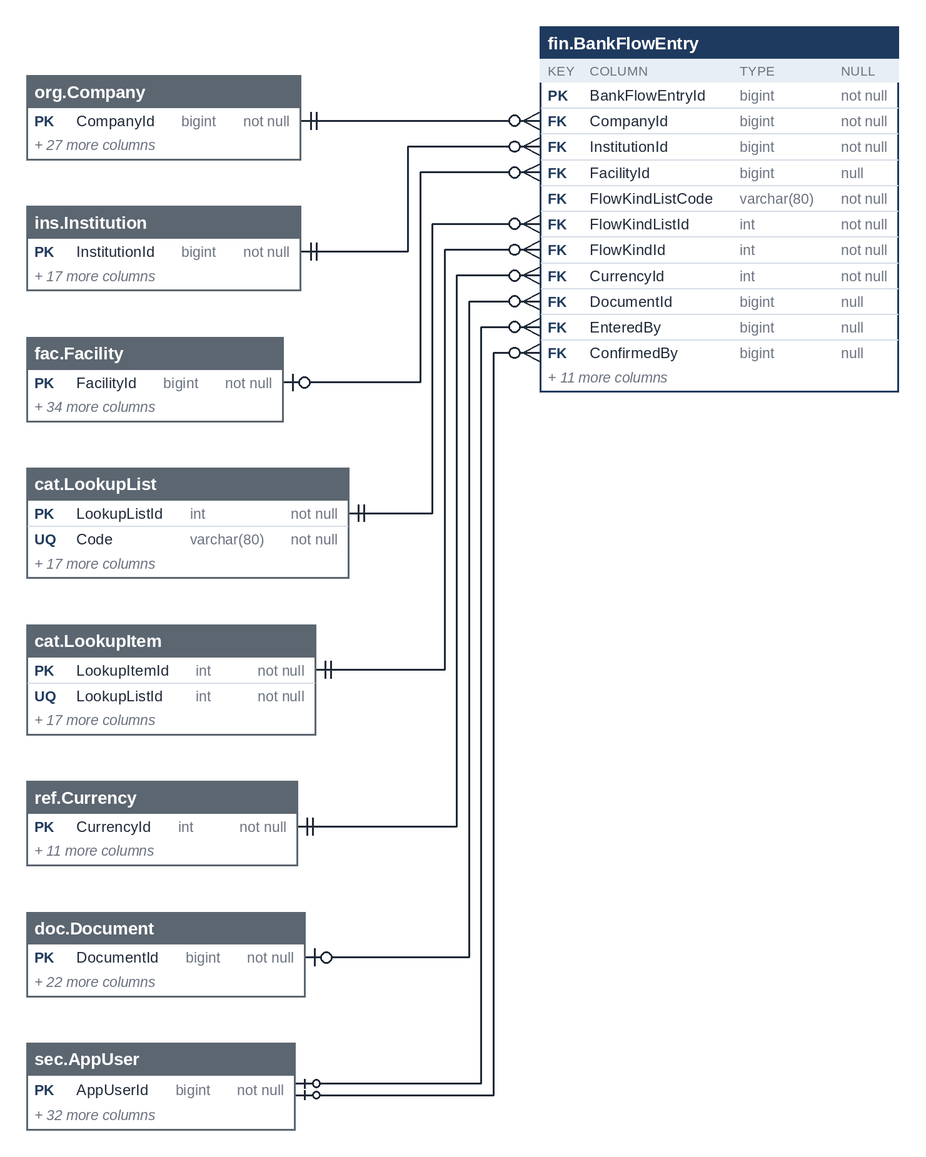
This is treasury-platform/docs/diagrams/erd-en/m5_financials_2.png from thawrasy/smartlines, a Mermaid export, as it was before one commit. Its source is kept beside it as treasury-platform/docs/diagrams/erd/m5_financials_2.mmd.
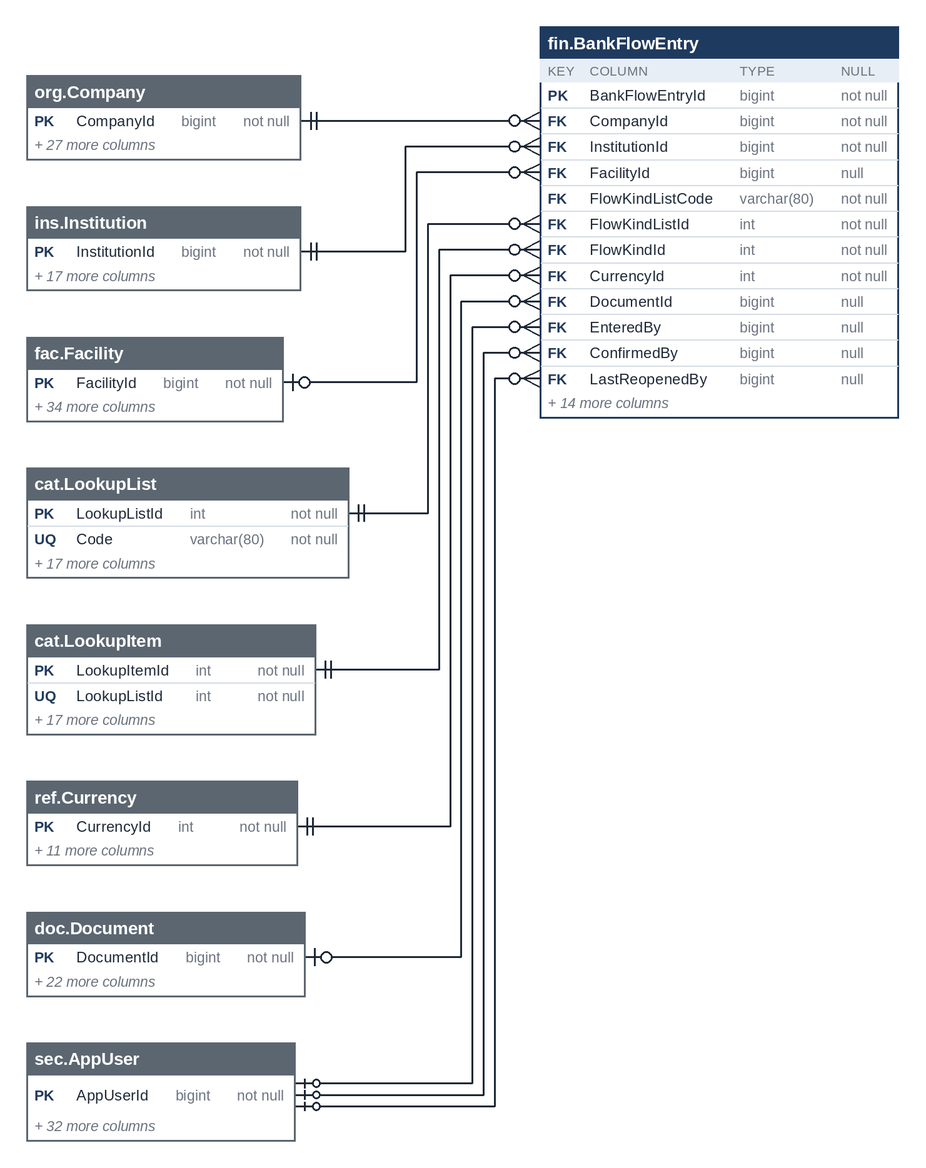
After the change.

What changed in the source:
```diff
@@ -1,4 +1,10 @@
 erDiagram
+  fin_ConsolidationMember["fin.ConsolidationMember"] {
+    bigint ConsolidationMemberId PK
+    bigint StatementId FK
+    bigint MemberCompanyId FK
+    bigint MemberStatementId FK
+  }
   fin_CountryRegion["fin.CountryRegion"] {
     int CountryRegionId PK
     int CountryId FK
@@ -30,9 +36,3 @@
     int AnchorGradeId FK
     int CountryCeilingGradeId FK
   }
-  fin_CreditAssessmentBureau["fin.CreditAssessmentBureau"] {
-    bigint CreditAssessmentBureauId PK
-    bigint AssessmentId FK
-    bigint DocumentId FK
-  }
-  fin_CreditAssessment ||--o{ fin_CreditAssessmentBureau : "AssessmentId"
```
